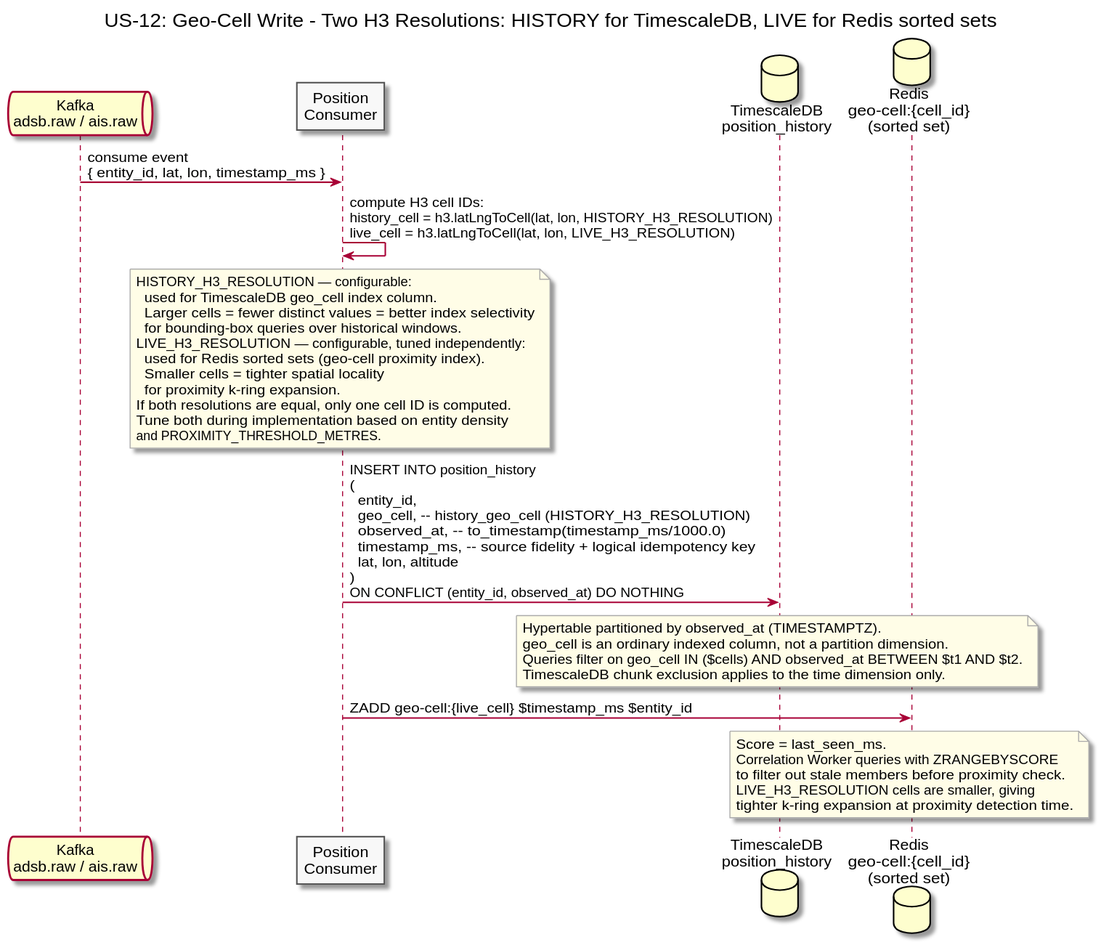
This is diagrams/docs/use-cases/US-12-geo-spatial-efficiency/geo-cell-write.svg from Buffden/sentinel, a PlantUML export, as it was before one commit.
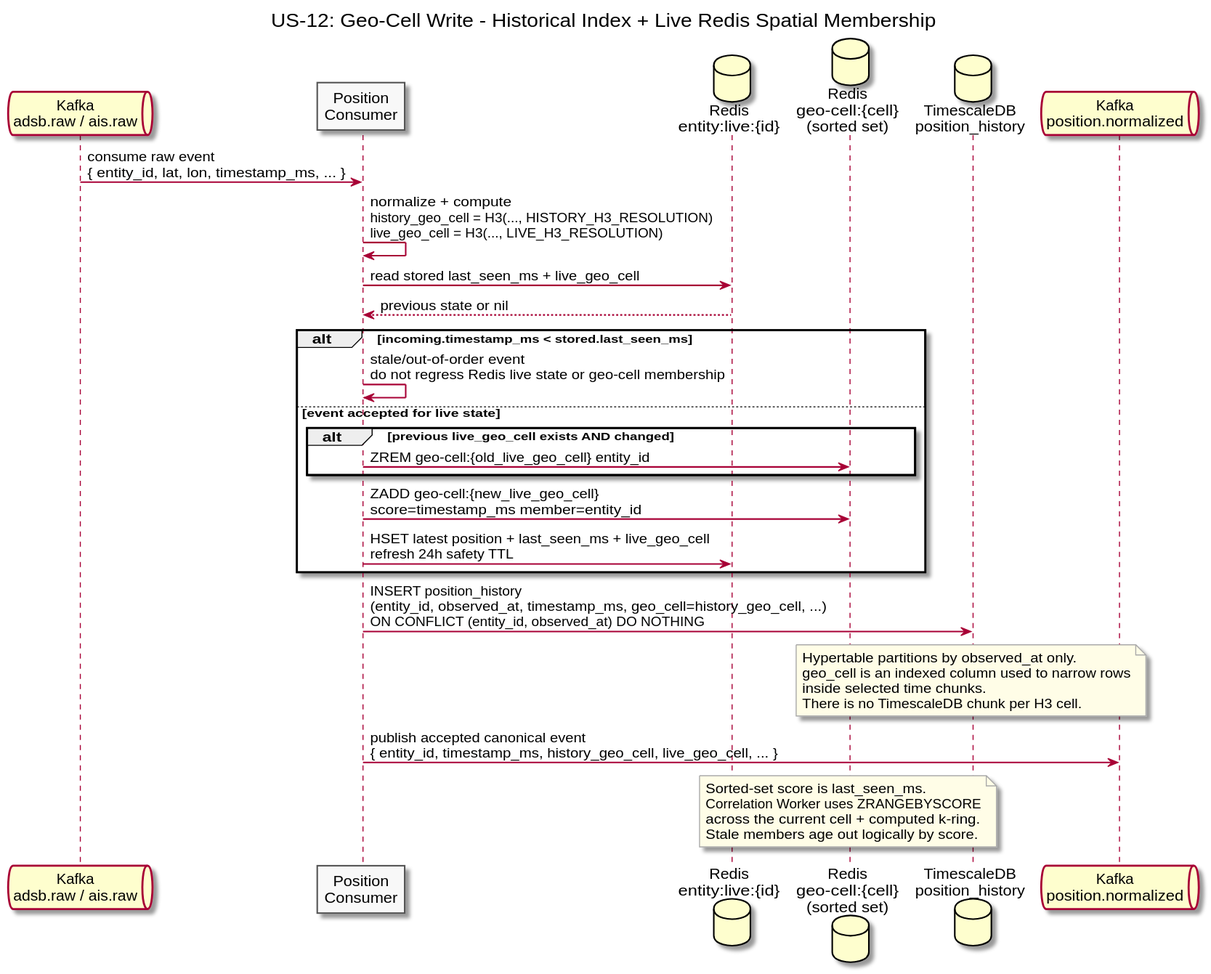
Later version of the same file.

Change to the diagram source:
```diff
@@ -1,5 +1,5 @@
 @startuml geo-cell-write
-title US-12: Geo-Cell Write - Two H3 Resolutions: HISTORY for TimescaleDB, LIVE for Redis sorted sets
+title US-12: Geo-Cell Write - Historical Index + Live Redis Spatial Membership
 
 skinparam sequenceArrowThickness 1.5
 skinparam participantBorderColor #555555
@@ -9,43 +9,44 @@
 
 queue "Kafka\nadsb.raw / ais.raw" as Kafka
 participant "Position\nConsumer" as Consumer
+database "Redis\nentity:live:{id}" as LiveState
+database "Redis\ngeo-cell:{cell}\n(sorted set)" as GeoCell
 database "TimescaleDB\nposition_history" as TSDB
-database "Redis\ngeo-cell:{cell_id}\n(sorted set)" as GeoCell
+queue "Kafka\nposition.normalized" as Normalized
 
-Kafka -> Consumer : consume event\n{ entity_id, lat, lon, timestamp_ms }
+Kafka -> Consumer : consume raw event\n{ entity_id, lat, lon, timestamp_ms, ... }
+Consumer -> Consumer : normalize + compute\nhistory_geo_cell = H3(..., HISTORY_H3_RESOLUTION)\nlive_geo_cell = H3(..., LIVE_H3_RESOLUTION)
 
-Consumer -> Consumer : compute H3 cell IDs:\nhistory_cell = h3.latLngToCell(lat, lon, HISTORY_H3_RESOLUTION)\nlive_cell    = h3.latLngToCell(lat, lon, LIVE_H3_RESOLUTION)
+Consumer -> LiveState : read stored last_seen_ms + live_geo_cell
+LiveState --> Consumer : previous state or nil
 
-note over Consumer
-  HISTORY_H3_RESOLUTION — configurable:
-    used for TimescaleDB geo_cell index column.
-    Larger cells = fewer distinct values = better index selectivity
-    for bounding-box queries over historical windows.
-  LIVE_H3_RESOLUTION — configurable, tuned independently:
-    used for Redis sorted sets (geo-cell proximity index).
-    Smaller cells = tighter spatial locality
-    for proximity k-ring expansion.
-  If both resolutions are equal, only one cell ID is computed.
-  Tune both during implementation based on entity density
-  and PROXIMITY_THRESHOLD_METRES.
+alt incoming.timestamp_ms < stored.last_seen_ms
+  Consumer -> Consumer : stale/out-of-order event\ndo not regress Redis live state or geo-cell membership
+else event accepted for live state
+  alt previous live_geo_cell exists AND changed
+    Consumer -> GeoCell : ZREM geo-cell:{old_live_geo_cell} entity_id
+  end
+
+  Consumer -> GeoCell : ZADD geo-cell:{new_live_geo_cell}\nscore=timestamp_ms member=entity_id
+  Consumer -> LiveState : HSET latest position + last_seen_ms + live_geo_cell\nrefresh 24h safety TTL
+end
+
+Consumer -> TSDB : INSERT position_history\n(entity_id, observed_at, timestamp_ms, geo_cell=history_geo_cell, ...)\nON CONFLICT (entity_id, observed_at) DO NOTHING
+
+note over TSDB
+  Hypertable partitions by observed_at only.
+  geo_cell is an indexed column used to narrow rows
+  inside selected time chunks.
+  There is no TimescaleDB chunk per H3 cell.
 end note
 
-Consumer -> TSDB : INSERT INTO position_history\n(\n  entity_id,\n  geo_cell,        -- history_geo_cell (HISTORY_H3_RESOLUTION)\n  observed_at,     -- to_timestamp(timestamp_ms/1000.0)\n  timestamp_ms,    -- source fidelity + logical idempotency key\n  lat, lon, altitude\n)\nON CONFLICT (entity_id, observed_at) DO NOTHING
+Consumer -> Normalized : publish accepted canonical event\n{ entity_id, timestamp_ms, history_geo_cell, live_geo_cell, ... }
 
-note over TSDB
-  Hypertable partitioned by observed_at (TIMESTAMPTZ).
-  geo_cell is an ordinary indexed column, not a partition dimension.
-  Queries filter on geo_cell IN ($cells) AND observed_at BETWEEN $t1 AND $t2.
-  TimescaleDB chunk exclusion applies to the time dimension only.
-end note
-
-Consumer -> GeoCell : ZADD geo-cell:{live_cell} $timestamp_ms $entity_id
 note over GeoCell
-  Score = last_seen_ms.
-  Correlation Worker queries with ZRANGEBYSCORE
-  to filter out stale members before proximity check.
-  LIVE_H3_RESOLUTION cells are smaller, giving
-  tighter k-ring expansion at proximity detection time.
+  Sorted-set score is last_seen_ms.
+  Correlation Worker uses ZRANGEBYSCORE
+  across the current cell + computed k-ring.
+  Stale members age out logically by score.
 end note
 
 @enduml
```
